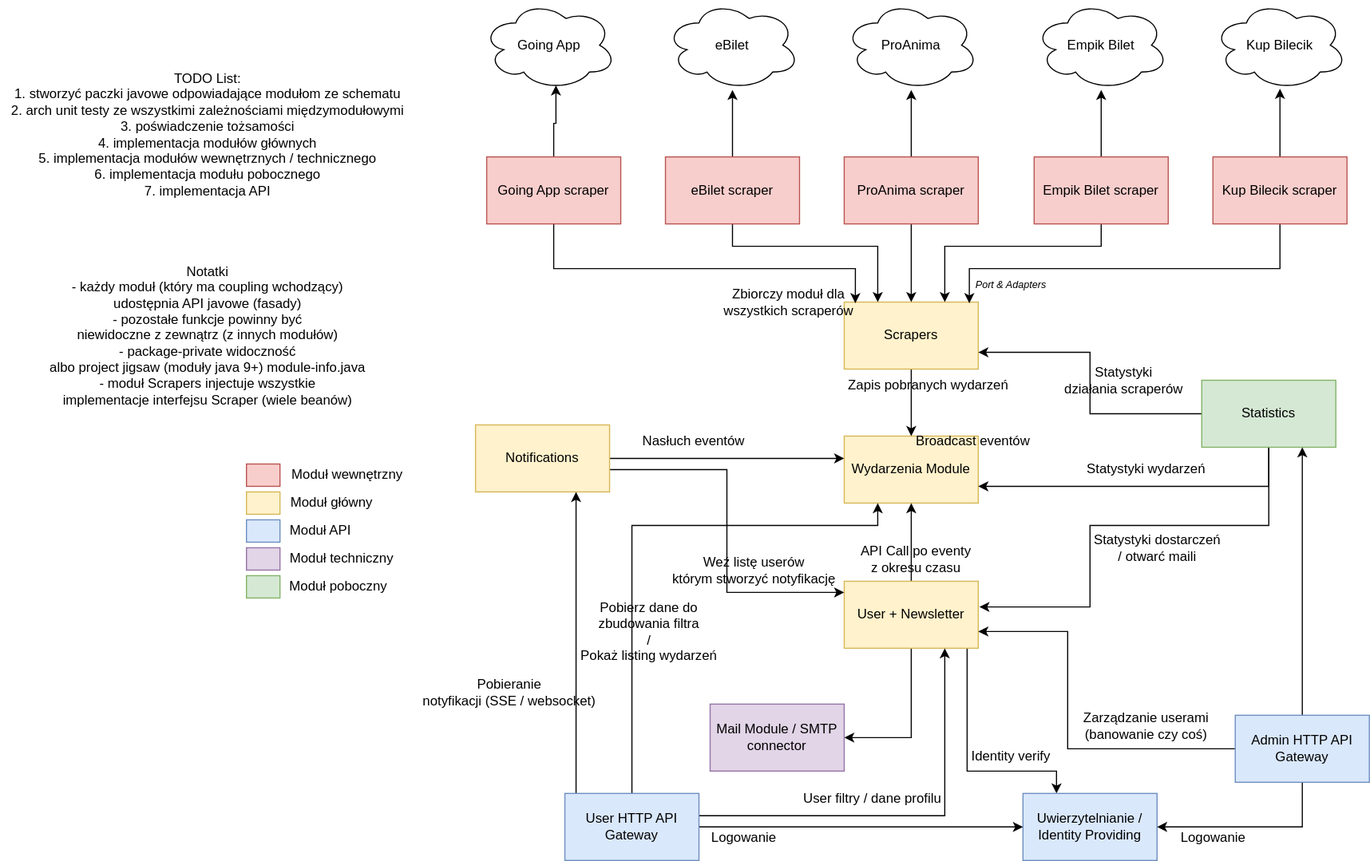
Above: docs/EventHub.drawio.svg in Event-Hub/EventsScraper (draw.io), before the change. Source tidied: cells renumbered, new cells last; positions are measured from the earlier drawing's top-left corner, leaving out a move shared by most shapes.
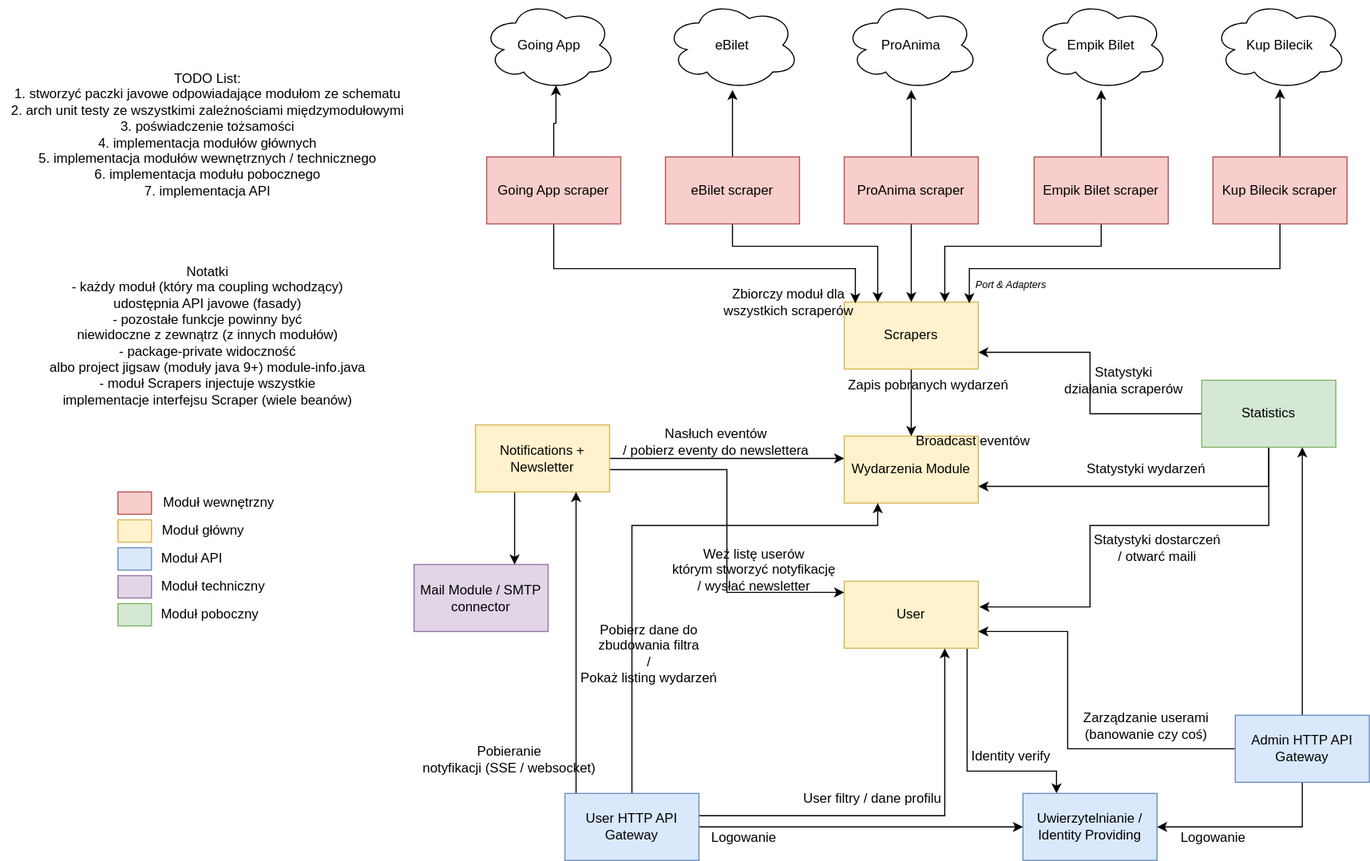
After the change.

Diff of the diagram source:
```diff
@@ -76,12 +76,6 @@
     <mxCell id="19" value="Going App scraper" style="rounded=0;whiteSpace=wrap;html=1;fillColor=#f8cecc;strokeColor=#b85450;" parent="1" vertex="1">
       <mxGeometry x="435" y="140" width="120" height="60" as="geometry" />
     </mxCell>
-    <mxCell id="20" style="edgeStyle=orthogonalEdgeStyle;rounded=0;jettySize=auto;html=1;entryX=0.5;entryY=1;entryDx=0;entryDy=0;" parent="1" edge="1" source="23" target="2">
-      <mxGeometry relative="1" as="geometry" />
-    </mxCell>
-    <mxCell id="21" style="edgeStyle=orthogonalEdgeStyle;rounded=0;jettySize=auto;html=1;entryX=1;entryY=0.5;entryDx=0;entryDy=0;" parent="1" edge="1" source="23" target="24">
-      <mxGeometry relative="1" as="geometry" />
-    </mxCell>
     <mxCell id="22" style="edgeStyle=orthogonalEdgeStyle;rounded=0;jettySize=auto;html=1;entryX=0.25;entryY=0;entryDx=0;entryDy=0;" parent="1" edge="1" source="23" target="37">
       <mxGeometry relative="1" as="geometry">
         <Array as="points">
@@ -90,11 +84,11 @@
         </Array>
       </mxGeometry>
     </mxCell>
-    <mxCell id="23" value="User + Newsletter" style="rounded=0;whiteSpace=wrap;html=1;fillColor=#fff2cc;strokeColor=#d6b656;" parent="1" vertex="1">
+    <mxCell id="23" value="User" style="rounded=0;whiteSpace=wrap;html=1;fillColor=#fff2cc;strokeColor=#d6b656;" parent="1" vertex="1">
       <mxGeometry x="755" y="520" width="120" height="60" as="geometry" />
     </mxCell>
     <mxCell id="24" value="Mail Module / SMTP connector" style="rounded=0;whiteSpace=wrap;html=1;fillColor=#e1d5e7;strokeColor=#9673a6;" parent="1" vertex="1">
-      <mxGeometry x="635" y="630" width="120" height="60" as="geometry" />
+      <mxGeometry x="370" y="505" width="120" height="60" as="geometry" />
     </mxCell>
     <mxCell id="25" style="edgeStyle=orthogonalEdgeStyle;rounded=0;jettySize=auto;html=1;" parent="1" edge="1" source="27" target="2">
       <mxGeometry relative="1" as="geometry">
@@ -114,18 +108,23 @@
         </Array>
       </mxGeometry>
     </mxCell>
+    <mxCell id="76" style="edgeStyle=orthogonalEdgeStyle;rounded=0;jettySize=auto;html=1;entryX=0.75;entryY=0;entryDx=0;entryDy=0;" parent="1" edge="1" source="27" target="24">
+      <mxGeometry relative="1" as="geometry">
+        <Array as="points">
+          <mxPoint x="460" y="460" />
+          <mxPoint x="460" y="460" />
+        </Array>
+      </mxGeometry>
+    </mxCell>
-    <mxCell id="27" value="Notifications" style="rounded=0;whiteSpace=wrap;html=1;fillColor=#fff2cc;strokeColor=#d6b656;" parent="1" vertex="1">
+    <mxCell id="27" value="Notifications + Newsletter" style="rounded=0;whiteSpace=wrap;html=1;fillColor=#fff2cc;strokeColor=#d6b656;" parent="1" vertex="1">
       <mxGeometry x="425" y="380" width="120" height="60" as="geometry" />
     </mxCell>
     <mxCell id="28" value="Broadcast eventów" style="text;html=1;align=center;verticalAlign=middle;strokeColor=none;fillColor=none;" parent="1" vertex="1">
       <mxGeometry x="805" y="380" width="130" height="30" as="geometry" />
     </mxCell>
-    <mxCell id="29" value="Nasłuch eventów" style="text;html=1;align=center;verticalAlign=middle;strokeColor=none;fillColor=none;" parent="1" vertex="1">
-      <mxGeometry x="565" y="380" width="110" height="30" as="geometry" />
+    <mxCell id="29" value="Nasłuch eventów&lt;br&gt;/ pobierz eventy do newslettera" style="text;html=1;align=center;verticalAlign=middle;strokeColor=none;fillColor=none;" parent="1" vertex="1">
+      <mxGeometry x="545" y="375" width="190" height="40" as="geometry" />
     </mxCell>
-    <mxCell id="30" value="API Call po eventy &lt;br&gt;z okresu czasu" style="text;html=1;align=center;verticalAlign=middle;strokeColor=none;fillColor=none;" parent="1" vertex="1">
-      <mxGeometry x="759" y="480" width="120" height="40" as="geometry" />
-    </mxCell>
     <mxCell id="31" value="Zapis pobranych wydarzeń" style="text;html=1;align=center;verticalAlign=middle;strokeColor=none;fillColor=none;" parent="1" vertex="1">
       <mxGeometry x="745" y="330" width="170" height="30" as="geometry" />
     </mxCell>
@@ -208,31 +207,31 @@
       <mxGeometry x="1105" y="640" width="120" height="60" as="geometry" />
     </mxCell>
     <mxCell id="47" style="rounded=0;whiteSpace=wrap;html=1;fillColor=#f8cecc;strokeColor=#b85450;" parent="1" vertex="1">
-      <mxGeometry x="220" y="415" width="30" height="20" as="geometry" />
+      <mxGeometry x="105" y="440" width="30" height="20" as="geometry" />
     </mxCell>
     <mxCell id="48" value="Moduł wewnętrzny" style="text;html=1;align=center;verticalAlign=middle;strokeColor=none;fillColor=none;" parent="1" vertex="1">
-      <mxGeometry x="250" y="410" width="120" height="30" as="geometry" />
+      <mxGeometry x="135" y="435" width="120" height="30" as="geometry" />
     </mxCell>
     <mxCell id="49" style="rounded=0;whiteSpace=wrap;html=1;fillColor=#fff2cc;strokeColor=#d6b656;" parent="1" vertex="1">
-      <mxGeometry x="220" y="440" width="30" height="20" as="geometry" />
+      <mxGeometry x="105" y="465" width="30" height="20" as="geometry" />
     </mxCell>
     <mxCell id="50" value="Moduł główny" style="text;html=1;align=center;verticalAlign=middle;strokeColor=none;fillColor=none;" parent="1" vertex="1">
-      <mxGeometry x="246" y="435" width="100" height="30" as="geometry" />
+      <mxGeometry x="131" y="460" width="100" height="30" as="geometry" />
     </mxCell>
     <mxCell id="51" style="rounded=0;whiteSpace=wrap;html=1;fillColor=#dae8fc;strokeColor=#6c8ebf;" parent="1" vertex="1">
-      <mxGeometry x="220" y="465" width="30" height="20" as="geometry" />
+      <mxGeometry x="105" y="490" width="30" height="20" as="geometry" />
     </mxCell>
     <mxCell id="52" value="Moduł API" style="text;html=1;align=center;verticalAlign=middle;strokeColor=none;fillColor=none;" parent="1" vertex="1">
-      <mxGeometry x="246" y="460" width="80" height="30" as="geometry" />
+      <mxGeometry x="131" y="485" width="80" height="30" as="geometry" />
     </mxCell>
     <mxCell id="53" style="rounded=0;whiteSpace=wrap;html=1;fillColor=#e1d5e7;strokeColor=#9673a6;" parent="1" vertex="1">
-      <mxGeometry x="220" y="490" width="30" height="20" as="geometry" />
+      <mxGeometry x="105" y="515" width="30" height="20" as="geometry" />
     </mxCell>
     <mxCell id="54" value="Moduł techniczny" style="text;html=1;align=center;verticalAlign=middle;strokeColor=none;fillColor=none;" parent="1" vertex="1">
-      <mxGeometry x="245" y="485" width="120" height="30" as="geometry" />
+      <mxGeometry x="130" y="510" width="120" height="30" as="geometry" />
     </mxCell>
     <mxCell id="55" value="Pobieranie &lt;br&gt;notyfikacji (SSE / websocket)" style="text;html=1;align=center;verticalAlign=middle;strokeColor=none;fillColor=none;" parent="1" vertex="1">
-      <mxGeometry x="365" y="600" width="180" height="40" as="geometry" />
+      <mxGeometry x="365" y="660" width="180" height="40" as="geometry" />
     </mxCell>
     <mxCell id="56" value="Logowanie" style="text;html=1;align=center;verticalAlign=middle;strokeColor=none;fillColor=none;" parent="1" vertex="1">
       <mxGeometry x="1045" y="735" width="80" height="30" as="geometry" />
@@ -256,19 +255,19 @@
       <mxGeometry x="940" y="320" width="130" height="40" as="geometry" />
     </mxCell>
     <mxCell id="63" value="Pobierz dane do &lt;br&gt;zbudowania filtra&lt;br&gt;/&lt;br&gt;Pokaż listing wydarzeń" style="text;html=1;align=center;verticalAlign=middle;strokeColor=none;fillColor=none;" parent="1" vertex="1">
-      <mxGeometry x="505" y="530" width="150" height="70" as="geometry" />
+      <mxGeometry x="505" y="550" width="150" height="70" as="geometry" />
     </mxCell>
-    <mxCell id="64" value="Weź listę userów &lt;br&gt;którym stworzyć notyfikację" style="text;html=1;align=center;verticalAlign=middle;strokeColor=none;fillColor=none;" parent="1" vertex="1">
-      <mxGeometry x="589" y="490" width="170" height="40" as="geometry" />
+    <mxCell id="64" value="Weź listę userów &lt;br&gt;którym stworzyć notyfikację&lt;br&gt;/ wysłać newsletter" style="text;html=1;align=center;verticalAlign=middle;strokeColor=none;fillColor=none;" parent="1" vertex="1">
+      <mxGeometry x="589" y="480" width="170" height="60" as="geometry" />
     </mxCell>
     <mxCell id="65" value="User filtry / dane profilu" style="text;html=1;align=center;verticalAlign=middle;strokeColor=none;fillColor=none;" parent="1" vertex="1">
       <mxGeometry x="705" y="700" width="150" height="30" as="geometry" />
     </mxCell>
     <mxCell id="66" style="rounded=0;whiteSpace=wrap;html=1;fillColor=#d5e8d4;strokeColor=#82b366;" parent="1" vertex="1">
-      <mxGeometry x="220" y="515" width="30" height="20" as="geometry" />
+      <mxGeometry x="105" y="540" width="30" height="20" as="geometry" />
     </mxCell>
     <mxCell id="67" value="Moduł poboczny" style="text;html=1;align=center;verticalAlign=middle;strokeColor=none;fillColor=none;" parent="1" vertex="1">
-      <mxGeometry x="247" y="510" width="110" height="30" as="geometry" />
+      <mxGeometry x="132" y="535" width="110" height="30" as="geometry" />
     </mxCell>
     <mxCell id="68" value="Going App" style="ellipse;shape=cloud;whiteSpace=wrap;html=1;" parent="1" vertex="1">
       <mxGeometry x="431" width="120" height="80" as="geometry" />
```
